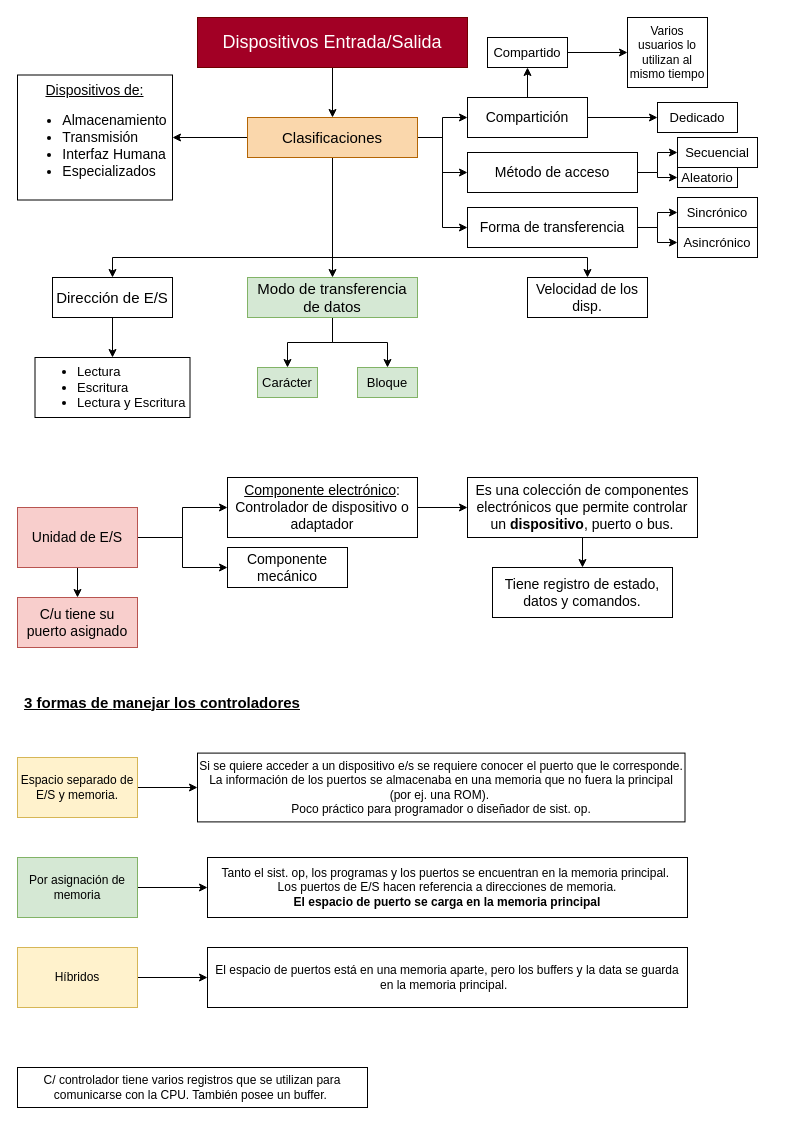
RMSabrina/Apuntes-Universitarios keeps this draw.io diagram as page "Página-1" (1 of 4) of Sistemas Operativos 1/Clase 4 - Sist. op. 1.drawio. Above is the earlier version. Source tidied: cells renumbered, new cells numbered last; positions are measured from the earlier drawing's top-left corner, leaving out a move shared by most shapes. Both pictures are drawn from the tidied source at 100%, with x=0, y=0 at pixel (17, 17).
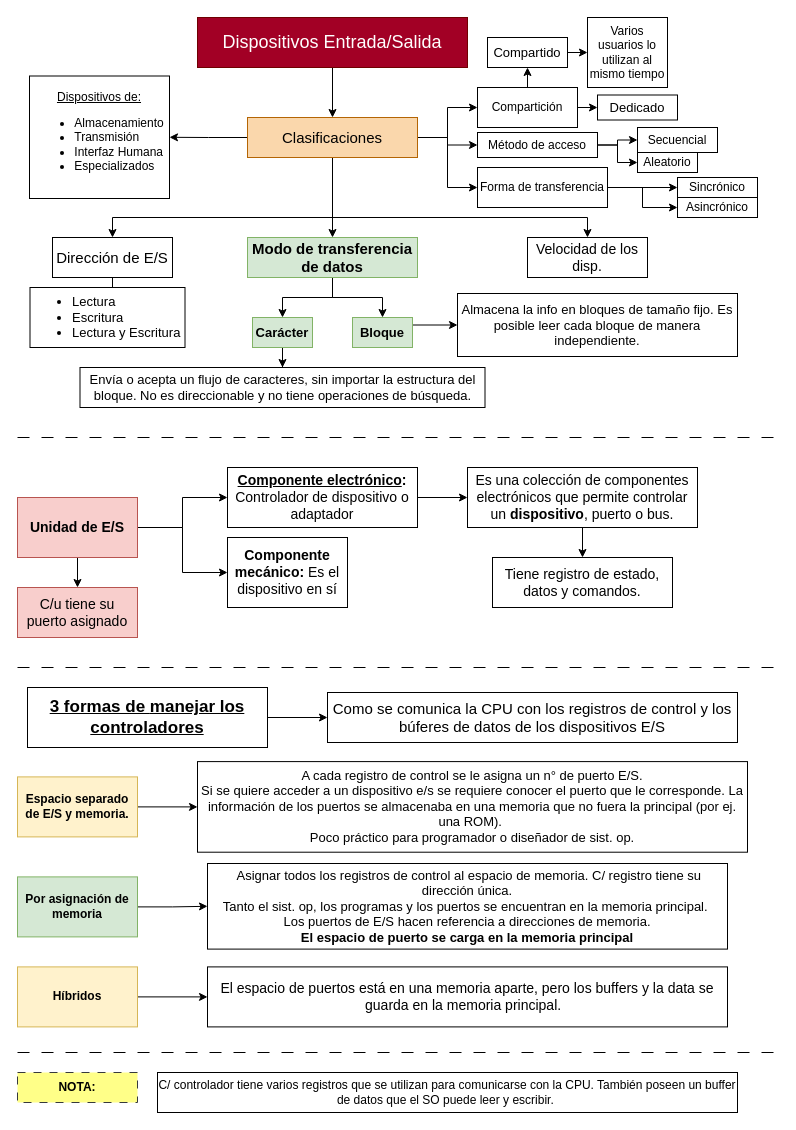
Above is the later version.

Unchanged cells that the change refers to:
```xml
<mxCell id="11" value="&lt;font style=&quot;font-size: 15px;&quot;&gt;Clasificaciones&lt;/font&gt;" style="rounded=0;whiteSpace=wrap;html=1;fillColor=#fad7ac;strokeColor=#b46504;" parent="1" vertex="1">
  <mxGeometry x="230" y="100" width="170" height="40" as="geometry" />
</mxCell>
```

Diff of the diagram source:
```diff
@@
+    <mxCell id="10" style="edgeStyle=orthogonalEdgeStyle;rounded=0;jettySize=auto;html=1;exitX=0.5;exitY=1;exitDx=0;exitDy=0;entryX=0.5;entryY=0;entryDx=0;entryDy=0;" parent="1" edge="1" source="11" target="38">
+      <mxGeometry relative="1" as="geometry">
+        <Array as="points">
+          <mxPoint x="315" y="200" />
+          <mxPoint x="570" y="200" />
+        </Array>
+      </mxGeometry>
+    </mxCell>
     <mxCell id="9" style="edgeStyle=orthogonalEdgeStyle;rounded=0;jettySize=auto;html=1;exitX=0.5;exitY=1;exitDx=0;exitDy=0;entryX=0.5;entryY=0;entryDx=0;entryDy=0;" parent="1" edge="1" source="11" target="36">
       <mxGeometry relative="1" as="geometry">
         <Array as="points">
-          <mxPoint x="315" y="240" />
-          <mxPoint x="95" y="240" />
+          <mxPoint x="315" y="200" />
+          <mxPoint x="95" y="200" />
         </Array>
       </mxGeometry>
     </mxCell>
-    <mxCell id="10" style="edgeStyle=orthogonalEdgeStyle;rounded=0;jettySize=auto;html=1;exitX=0.5;exitY=1;exitDx=0;exitDy=0;entryX=0.5;entryY=0;entryDx=0;entryDy=0;" parent="1" edge="1" source="11" target="38">
-      <mxGeometry relative="1" as="geometry">
-        <Array as="points">
-          <mxPoint x="315" y="240" />
-          <mxPoint x="570" y="240" />
-        </Array>
-      </mxGeometry>
-    </mxCell>
@@
-    <mxCell id="14" value="&lt;font style=&quot;font-size: 15px;&quot;&gt;Modo de transferencia de datos&lt;/font&gt;" style="rounded=0;whiteSpace=wrap;html=1;fillColor=#d5e8d4;strokeColor=#82b366;" parent="1" vertex="1">
-      <mxGeometry x="230" y="260" width="170" height="40" as="geometry" />
+    <mxCell id="14" value="&lt;font style=&quot;font-size: 15px;&quot;&gt;&lt;b&gt;Modo de transferencia de datos&lt;/b&gt;&lt;/font&gt;" style="rounded=0;whiteSpace=wrap;html=1;fillColor=#d5e8d4;strokeColor=#82b366;" parent="1" vertex="1">
+      <mxGeometry x="230" y="220" width="170" height="40" as="geometry" />
     </mxCell>
+    <mxCell id="62" style="edgeStyle=orthogonalEdgeStyle;rounded=0;jettySize=auto;html=1;exitX=0.5;exitY=1;exitDx=0;exitDy=0;" parent="1" edge="1" source="15" target="66">
+      <mxGeometry relative="1" as="geometry" />
+    </mxCell>
-    <mxCell id="15" value="&lt;font style=&quot;font-size: 13px;&quot;&gt;Carácter&lt;/font&gt;" style="rounded=0;whiteSpace=wrap;html=1;fillColor=#d5e8d4;strokeColor=#82b366;" parent="1" vertex="1">
-      <mxGeometry x="240" y="350" width="60" height="30" as="geometry" />
+    <mxCell id="15" value="&lt;font style=&quot;font-size: 13px;&quot;&gt;&lt;b&gt;Carácter&lt;/b&gt;&lt;/font&gt;" style="rounded=0;whiteSpace=wrap;html=1;fillColor=#d5e8d4;strokeColor=#82b366;" parent="1" vertex="1">
+      <mxGeometry x="235" y="300" width="60" height="30" as="geometry" />
     </mxCell>
+    <mxCell id="63" style="edgeStyle=orthogonalEdgeStyle;rounded=0;jettySize=auto;html=1;exitX=1;exitY=0.25;exitDx=0;exitDy=0;" parent="1" edge="1" source="16" target="65">
+      <mxGeometry relative="1" as="geometry" />
+    </mxCell>
-    <mxCell id="16" value="&lt;font style=&quot;font-size: 13px;&quot;&gt;Bloque&lt;/font&gt;" style="rounded=0;whiteSpace=wrap;html=1;fillColor=#d5e8d4;strokeColor=#82b366;" parent="1" vertex="1">
-      <mxGeometry x="340" y="350" width="60" height="30" as="geometry" />
+    <mxCell id="16" value="&lt;font style=&quot;font-size: 13px;&quot;&gt;&lt;b&gt;Bloque&lt;/b&gt;&lt;/font&gt;" style="rounded=0;whiteSpace=wrap;html=1;fillColor=#d5e8d4;strokeColor=#82b366;" parent="1" vertex="1">
+      <mxGeometry x="335" y="300" width="60" height="30" as="geometry" />
     </mxCell>
@@
-    <mxCell id="19" value="&lt;font style=&quot;font-size: 14px;&quot;&gt;Método de acceso&lt;/font&gt;" style="rounded=0;whiteSpace=wrap;html=1;" parent="1" vertex="1">
-      <mxGeometry x="450" y="135" width="170" height="40" as="geometry" />
+    <mxCell id="19" value="&lt;font style=&quot;font-size: 12px;&quot;&gt;Método de acceso&lt;/font&gt;" style="rounded=0;whiteSpace=wrap;html=1;" parent="1" vertex="1">
+      <mxGeometry x="460" y="115" width="120" height="25" as="geometry" />
     </mxCell>
-    <mxCell id="20" value="&lt;font style=&quot;font-size: 13px;&quot;&gt;Secuencial&lt;/font&gt;" style="rounded=0;whiteSpace=wrap;html=1;" parent="1" vertex="1">
-      <mxGeometry x="660" y="120" width="80" height="30" as="geometry" />
+    <mxCell id="20" value="&lt;font style=&quot;font-size: 12px;&quot;&gt;Secuencial&lt;/font&gt;" style="rounded=0;whiteSpace=wrap;html=1;" parent="1" vertex="1">
+      <mxGeometry x="620" y="110" width="80" height="25" as="geometry" />
     </mxCell>
-    <mxCell id="21" value="&lt;font style=&quot;font-size: 13px;&quot;&gt;Aleatorio&lt;/font&gt;" style="rounded=0;whiteSpace=wrap;html=1;" parent="1" vertex="1">
-      <mxGeometry x="660" y="150" width="60" height="20" as="geometry" />
+    <mxCell id="21" value="&lt;font style=&quot;font-size: 12px;&quot;&gt;Aleatorio&lt;/font&gt;" style="rounded=0;whiteSpace=wrap;html=1;" parent="1" vertex="1">
+      <mxGeometry x="620" y="135" width="60" height="20" as="geometry" />
     </mxCell>
@@
-    <mxCell id="24" value="&lt;font style=&quot;font-size: 14px;&quot;&gt;Forma de transferencia&lt;/font&gt;" style="rounded=0;whiteSpace=wrap;html=1;" parent="1" vertex="1">
-      <mxGeometry x="450" y="190" width="170" height="40" as="geometry" />
+    <mxCell id="24" value="&lt;font style=&quot;font-size: 12px;&quot;&gt;Forma de transferencia&lt;/font&gt;" style="rounded=0;whiteSpace=wrap;html=1;" parent="1" vertex="1">
+      <mxGeometry x="460" y="150" width="130" height="40" as="geometry" />
     </mxCell>
-    <mxCell id="25" value="&lt;font style=&quot;font-size: 13px;&quot;&gt;Sincrónico&lt;/font&gt;" style="rounded=0;whiteSpace=wrap;html=1;" parent="1" vertex="1">
-      <mxGeometry x="660" y="180" width="80" height="30" as="geometry" />
+    <mxCell id="25" value="&lt;font style=&quot;font-size: 12px;&quot;&gt;Sincrónico&lt;/font&gt;" style="rounded=0;whiteSpace=wrap;html=1;" parent="1" vertex="1">
+      <mxGeometry x="660" y="160" width="80" height="20" as="geometry" />
     </mxCell>
-    <mxCell id="26" value="&lt;font style=&quot;font-size: 13px;&quot;&gt;Asincrónico&lt;/font&gt;" style="rounded=0;whiteSpace=wrap;html=1;" parent="1" vertex="1">
-      <mxGeometry x="660" y="210" width="80" height="30" as="geometry" />
+    <mxCell id="26" value="&lt;font style=&quot;font-size: 12px;&quot;&gt;Asincrónico&lt;/font&gt;" style="rounded=0;whiteSpace=wrap;html=1;" parent="1" vertex="1">
+      <mxGeometry x="660" y="180" width="80" height="20" as="geometry" />
     </mxCell>
@@
-    <mxCell id="29" value="&lt;font style=&quot;font-size: 14px;&quot;&gt;Compartición&lt;/font&gt;" style="rounded=0;whiteSpace=wrap;html=1;" parent="1" vertex="1">
-      <mxGeometry x="450" y="80" width="120" height="40" as="geometry" />
+    <mxCell id="29" value="&lt;font style=&quot;font-size: 12px;&quot;&gt;Compartición&lt;/font&gt;" style="rounded=0;whiteSpace=wrap;html=1;" parent="1" vertex="1">
+      <mxGeometry x="460" y="70" width="100" height="40" as="geometry" />
     </mxCell>
     <mxCell id="30" value="&lt;font style=&quot;font-size: 13px;&quot;&gt;Dedicado&lt;/font&gt;" style="rounded=0;whiteSpace=wrap;html=1;" parent="1" vertex="1">
-      <mxGeometry x="640" y="85" width="80" height="30" as="geometry" />
+      <mxGeometry x="580" y="77.5" width="80" height="25" as="geometry" />
     </mxCell>
@@
     <mxCell id="33" value="&lt;font style=&quot;font-size: 12px;&quot;&gt;Varios usuarios lo utilizan al mismo tiempo&lt;/font&gt;" style="rounded=0;whiteSpace=wrap;html=1;" parent="1" vertex="1">
-      <mxGeometry x="610" width="80" height="70" as="geometry" />
+      <mxGeometry x="570" width="80" height="70" as="geometry" />
     </mxCell>
-    <mxCell id="34" value="&lt;div style=&quot;font-size: 14px;&quot;&gt;&lt;u style=&quot;&quot;&gt;&lt;font style=&quot;font-size: 14px;&quot;&gt;Dispositivos de:&lt;/font&gt;&lt;/u&gt;&lt;/div&gt;&lt;ul style=&quot;font-size: 14px;&quot;&gt;&lt;li style=&quot;text-align: left;&quot;&gt;&lt;font style=&quot;font-size: 14px;&quot;&gt;Almacenamiento&lt;/font&gt;&lt;/li&gt;&lt;li style=&quot;text-align: left;&quot;&gt;&lt;font style=&quot;font-size: 14px;&quot;&gt;Transmisión&amp;nbsp;&lt;/font&gt;&lt;/li&gt;&lt;li style=&quot;text-align: left;&quot;&gt;&lt;font style=&quot;font-size: 14px;&quot;&gt;Interfaz Humana&lt;/font&gt;&lt;/li&gt;&lt;li style=&quot;text-align: left;&quot;&gt;&lt;font style=&quot;font-size: 14px;&quot;&gt;Especializados&lt;/font&gt;&lt;/li&gt;&lt;/ul&gt;" style="rounded=0;whiteSpace=wrap;html=1;" parent="1" vertex="1">
-      <mxGeometry y="57.5" width="155" height="125" as="geometry" />
+    <mxCell id="34" value="&lt;div style=&quot;&quot;&gt;&lt;u style=&quot;&quot;&gt;&lt;font style=&quot;font-size: 12px;&quot;&gt;Dispositivos de:&lt;/font&gt;&lt;/u&gt;&lt;/div&gt;&lt;ul style=&quot;&quot;&gt;&lt;li style=&quot;text-align: left;&quot;&gt;&lt;font style=&quot;font-size: 12px;&quot;&gt;Almacenamiento&lt;/font&gt;&lt;/li&gt;&lt;li style=&quot;text-align: left;&quot;&gt;&lt;font style=&quot;font-size: 12px;&quot;&gt;Transmisión&amp;nbsp;&lt;/font&gt;&lt;/li&gt;&lt;li style=&quot;text-align: left;&quot;&gt;&lt;font style=&quot;font-size: 12px;&quot;&gt;Interfaz Humana&lt;/font&gt;&lt;/li&gt;&lt;li style=&quot;text-align: left;&quot;&gt;&lt;font style=&quot;font-size: 12px;&quot;&gt;Especializados&lt;/font&gt;&lt;/li&gt;&lt;/ul&gt;" style="rounded=0;whiteSpace=wrap;html=1;" parent="1" vertex="1">
+      <mxGeometry x="12" y="58.5" width="140" height="122.5" as="geometry" />
     </mxCell>
@@
     <mxCell id="36" value="&lt;font style=&quot;font-size: 15px;&quot;&gt;Dirección de E/S&lt;/font&gt;" style="rounded=0;whiteSpace=wrap;html=1;" parent="1" vertex="1">
-      <mxGeometry x="35" y="260" width="120" height="40" as="geometry" />
+      <mxGeometry x="35" y="220" width="120" height="40" as="geometry" />
     </mxCell>
     <mxCell id="37" value="&lt;ul style=&quot;font-size: 13px;&quot;&gt;&lt;li&gt;&lt;span style=&quot;&quot;&gt;Lectura&lt;/span&gt;&lt;/li&gt;&lt;li&gt;&lt;span style=&quot;&quot;&gt;Escritura&amp;nbsp;&lt;/span&gt;&lt;/li&gt;&lt;li&gt;&lt;span style=&quot;&quot;&gt;Lectura y Escritura&lt;/span&gt;&lt;/li&gt;&lt;/ul&gt;" style="rounded=0;whiteSpace=wrap;html=1;align=left;" parent="1" vertex="1">
-      <mxGeometry x="17.5" y="340" width="155" height="60" as="geometry" />
+      <mxGeometry x="12.5" y="270" width="155" height="60" as="geometry" />
     </mxCell>
     <mxCell id="38" value="&lt;font style=&quot;font-size: 14px;&quot;&gt;Velocidad de los disp.&lt;/font&gt;" style="rounded=0;whiteSpace=wrap;html=1;" parent="1" vertex="1">
-      <mxGeometry x="510" y="260" width="120" height="40" as="geometry" />
+      <mxGeometry x="510" y="220" width="120" height="40" as="geometry" />
     </mxCell>
@@
-    <mxCell id="43" value="&lt;font style=&quot;font-size: 14px;&quot;&gt;Unidad de E/S&lt;/font&gt;" style="rounded=0;whiteSpace=wrap;html=1;fillColor=#f8cecc;strokeColor=#b85450;" parent="1" vertex="1">
-      <mxGeometry y="490" width="120" height="60" as="geometry" />
+    <mxCell id="43" value="&lt;font style=&quot;font-size: 14px;&quot;&gt;&lt;b&gt;Unidad de E/S&lt;/b&gt;&lt;/font&gt;" style="rounded=0;whiteSpace=wrap;html=1;fillColor=#f8cecc;strokeColor=#b85450;" parent="1" vertex="1">
+      <mxGeometry y="480" width="120" height="60" as="geometry" />
     </mxCell>
@@
-    <mxCell id="45" value="&lt;font style=&quot;font-size: 14px;&quot;&gt;&lt;u&gt;Componente electrónico&lt;/u&gt;: Controlador de dispositivo o adaptador&lt;/font&gt;" style="rounded=0;whiteSpace=wrap;html=1;" parent="1" vertex="1">
-      <mxGeometry x="210" y="460" width="190" height="60" as="geometry" />
+    <mxCell id="45" value="&lt;font style=&quot;font-size: 14px;&quot;&gt;&lt;b&gt;&lt;u&gt;Componente electrónico&lt;/u&gt;:&lt;/b&gt; Controlador de dispositivo o adaptador&lt;/font&gt;" style="rounded=0;whiteSpace=wrap;html=1;" parent="1" vertex="1">
+      <mxGeometry x="210" y="450" width="190" height="60" as="geometry" />
     </mxCell>
-    <mxCell id="46" value="&lt;font style=&quot;font-size: 14px;&quot;&gt;Componente mecánico&lt;/font&gt;" style="rounded=0;whiteSpace=wrap;html=1;" parent="1" vertex="1">
-      <mxGeometry x="210" y="530" width="120" height="40" as="geometry" />
+    <mxCell id="46" value="&lt;font style=&quot;font-size: 14px;&quot;&gt;&lt;b&gt;Componente mecánico:&lt;/b&gt; Es el dispositivo en sí&lt;/font&gt;" style="rounded=0;whiteSpace=wrap;html=1;" parent="1" vertex="1">
+      <mxGeometry x="210" y="520" width="120" height="70" as="geometry" />
     </mxCell>
@@
     <mxCell id="48" value="&lt;span style=&quot;font-size: 14px;&quot;&gt;Es una colección de componentes electrónicos que permite controlar un &lt;b&gt;dispositivo&lt;/b&gt;, puerto o bus.&lt;/span&gt;" style="rounded=0;whiteSpace=wrap;html=1;" parent="1" vertex="1">
-      <mxGeometry x="450" y="460" width="230" height="60" as="geometry" />
+      <mxGeometry x="450" y="450" width="230" height="60" as="geometry" />
     </mxCell>
     <mxCell id="49" value="&lt;span style=&quot;font-size: 14px;&quot;&gt;Tiene registro de estado, datos y comandos.&lt;/span&gt;" style="rounded=0;whiteSpace=wrap;html=1;" parent="1" vertex="1">
-      <mxGeometry x="475" y="550" width="180" height="50" as="geometry" />
+      <mxGeometry x="475" y="540" width="180" height="50" as="geometry" />
     </mxCell>
+    <mxCell id="64" style="edgeStyle=orthogonalEdgeStyle;rounded=0;jettySize=auto;html=1;exitX=1;exitY=0.5;exitDx=0;exitDy=0;" parent="1" edge="1" source="50" target="67">
+      <mxGeometry relative="1" as="geometry" />
+    </mxCell>
-    <mxCell id="50" value="3 formas de &lt;font style=&quot;font-size: 15px;&quot;&gt;manejar los controladores&lt;/font&gt;" style="text;html=1;strokeColor=none;fillColor=none;align=center;verticalAlign=middle;whiteSpace=wrap;rounded=0;fontSize=15;fontStyle=5;" parent="1" vertex="1">
-      <mxGeometry y="670" width="290" height="30" as="geometry" />
+    <mxCell id="50" value="3 formas de &lt;font style=&quot;font-size: 17px;&quot;&gt;manejar los controladores&lt;/font&gt;" style="text;html=1;strokeColor=default;fillColor=none;align=center;verticalAlign=middle;whiteSpace=wrap;rounded=0;fontSize=17;fontStyle=5;" parent="1" vertex="1">
+      <mxGeometry x="10" y="670" width="240" height="60" as="geometry" />
     </mxCell>
     <mxCell id="51" value="&lt;font style=&quot;font-size: 14px;&quot;&gt;C/u tiene su puerto asignado&lt;/font&gt;" style="rounded=0;whiteSpace=wrap;html=1;fillColor=#f8cecc;strokeColor=#b85450;" parent="1" vertex="1">
-      <mxGeometry y="580" width="120" height="50" as="geometry" />
+      <mxGeometry y="570" width="120" height="50" as="geometry" />
     </mxCell>
@@
-    <mxCell id="53" value="Por asignación de memoria" style="rounded=0;whiteSpace=wrap;html=1;fillColor=#d5e8d4;strokeColor=#82b366;" parent="1" vertex="1">
-      <mxGeometry y="840" width="120" height="60" as="geometry" />
+    <mxCell id="53" value="Por asignación de memoria" style="rounded=0;whiteSpace=wrap;html=1;fillColor=#d5e8d4;strokeColor=#82b366;fontStyle=1;" parent="1" vertex="1">
+      <mxGeometry y="859.4" width="120" height="60" as="geometry" />
     </mxCell>
@@
-    <mxCell id="55" value="Espacio separado de E/S y memoria." style="rounded=0;whiteSpace=wrap;html=1;fillColor=#fff2cc;strokeColor=#d6b656;" parent="1" vertex="1">
-      <mxGeometry y="740" width="120" height="60" as="geometry" />
+    <mxCell id="55" value="Espacio separado de E/S y memoria." style="rounded=0;whiteSpace=wrap;html=1;fillColor=#fff2cc;strokeColor=#d6b656;fontStyle=1;" parent="1" vertex="1">
+      <mxGeometry y="759.4" width="120" height="60" as="geometry" />
     </mxCell>
@@
-    <mxCell id="57" value="Híbridos" style="rounded=0;whiteSpace=wrap;html=1;fillColor=#fff2cc;strokeColor=#d6b656;" parent="1" vertex="1">
-      <mxGeometry y="930" width="120" height="60" as="geometry" />
+    <mxCell id="57" value="Híbridos" style="rounded=0;whiteSpace=wrap;html=1;fillColor=#fff2cc;strokeColor=#d6b656;fontStyle=1;" parent="1" vertex="1">
+      <mxGeometry y="949.4" width="120" height="60" as="geometry" />
     </mxCell>
-    <mxCell id="58" value="Si se quiere acceder a un dispositivo e/s se requiere conocer el puerto que le corresponde. La información de los puertos se almacenaba en una memoria que no fuera la principal (por ej. una ROM).&amp;nbsp;&lt;br&gt;Poco práctico para programador o diseñador de sist. op." style="text;html=1;align=center;verticalAlign=middle;whiteSpace=wrap;rounded=0;strokeColor=default;" parent="1" vertex="1">
-      <mxGeometry x="180" y="735.6" width="487.5" height="68.8" as="geometry" />
+    <mxCell id="58" value="A cada registro de control se le asigna un n° de puerto E/S.&lt;br&gt;Si se quiere acceder a un dispositivo e/s se requiere conocer el puerto que le corresponde. La información de los puertos se almacenaba en una memoria que no fuera la principal (por ej. una ROM).&amp;nbsp;&lt;br style=&quot;font-size: 13px;&quot;&gt;Poco práctico para programador o diseñador de sist. op." style="text;html=1;align=center;verticalAlign=middle;whiteSpace=wrap;rounded=0;strokeColor=default;fontSize=13;" parent="1" vertex="1">
+      <mxGeometry x="180" y="744.1" width="550" height="90.6" as="geometry" />
     </mxCell>
-    <mxCell id="59" value="C/ controlador tiene varios registros que se utilizan para comunicarse con la CPU. También posee un buffer.&amp;nbsp;" style="text;html=1;align=center;verticalAlign=middle;whiteSpace=wrap;rounded=0;strokeColor=default;" parent="1" vertex="1">
-      <mxGeometry y="1050" width="350" height="40" as="geometry" />
+    <mxCell id="59" value="C/ controlador tiene varios registros que se utilizan para comunicarse con la CPU. También poseen un buffer de datos que el SO puede leer y escribir.&amp;nbsp;" style="text;html=1;align=center;verticalAlign=middle;whiteSpace=wrap;rounded=0;strokeColor=default;" parent="1" vertex="1">
+      <mxGeometry x="140" y="1055" width="580" height="40" as="geometry" />
     </mxCell>
-    <mxCell id="60" value="Tanto el sist. op, los programas y los puertos se encuentran en la memoria principal.&amp;nbsp;&lt;br&gt;Los puertos de E/S hacen referencia a direcciones de memoria.&lt;br&gt;&lt;b&gt;El espacio de puerto se carga en la memoria principal&lt;/b&gt;" style="rounded=0;whiteSpace=wrap;html=1;" parent="1" vertex="1">
-      <mxGeometry x="190" y="840" width="480" height="60" as="geometry" />
+    <mxCell id="60" value="&amp;nbsp;Asignar todos los registros de control al espacio de memoria. C/ registro tiene su dirección única.&lt;br&gt;Tanto el sist. op, los programas y los puertos se encuentran en la memoria principal.&amp;nbsp;&lt;br style=&quot;font-size: 13px;&quot;&gt;Los puertos de E/S hacen referencia a direcciones de memoria.&lt;br style=&quot;font-size: 13px;&quot;&gt;&lt;b style=&quot;font-size: 13px;&quot;&gt;El espacio de puerto se carga en la memoria principal&lt;/b&gt;" style="rounded=0;whiteSpace=wrap;html=1;fontSize=13;" parent="1" vertex="1">
+      <mxGeometry x="190" y="846" width="520" height="85.6" as="geometry" />
     </mxCell>
-    <mxCell id="61" value="El espacio de puertos está en una memoria aparte, pero los buffers y la data se guarda en la memoria principal.&amp;nbsp;&amp;nbsp;" style="rounded=0;whiteSpace=wrap;html=1;" parent="1" vertex="1">
-      <mxGeometry x="190" y="930" width="480" height="60" as="geometry" />
+    <mxCell id="61" value="El espacio de puertos está en una memoria aparte, pero los buffers y la data se guarda en la memoria principal.&amp;nbsp;&amp;nbsp;" style="rounded=0;whiteSpace=wrap;html=1;fontSize=14;" parent="1" vertex="1">
+      <mxGeometry x="190" y="949.4" width="520" height="60" as="geometry" />
     </mxCell>
+    <mxCell id="65" value="&lt;font style=&quot;font-size: 13px;&quot;&gt;Almacena la info en bloques de tamaño fijo. Es posible leer cada bloque de manera independiente.&lt;/font&gt;" style="rounded=0;whiteSpace=wrap;html=1;" parent="1" vertex="1">
+      <mxGeometry x="440" y="276" width="280" height="63" as="geometry" />
+    </mxCell>
+    <mxCell id="66" value="&lt;font style=&quot;font-size: 13px;&quot;&gt;Envía o acepta un flujo de caracteres, sin importar la estructura del bloque. No es direccionable y no tiene operaciones de búsqueda.&lt;/font&gt;" style="rounded=0;whiteSpace=wrap;html=1;" parent="1" vertex="1">
+      <mxGeometry x="62.5" y="350" width="405" height="40" as="geometry" />
+    </mxCell>
+    <mxCell id="67" value="Como se comunica la CPU con los registros de control y los búferes de datos de los dispositivos E/S" style="text;html=1;align=center;verticalAlign=middle;whiteSpace=wrap;rounded=0;fontSize=15;fontStyle=0;strokeColor=default;" parent="1" vertex="1">
+      <mxGeometry x="310" y="675" width="410" height="50" as="geometry" />
+    </mxCell>
+    <mxCell id="68" value="NOTA:" style="rounded=0;whiteSpace=wrap;html=1;fillColor=#ffff88;strokeColor=#36393d;dashed=1;dashPattern=8 8;fontStyle=1;" parent="1" vertex="1">
+      <mxGeometry y="1055" width="120" height="30" as="geometry" />
+    </mxCell>
+    <mxCell id="69" style="endArrow=none;html=1;rounded=0;dashed=1;dashPattern=12 12;" parent="1" edge="1">
+      <mxGeometry relative="1" as="geometry">
+        <mxPoint y="1035" as="sourcePoint" />
+        <mxPoint x="760" y="1035" as="targetPoint" />
+      </mxGeometry>
+    </mxCell>
+    <mxCell id="70" style="endArrow=none;html=1;rounded=0;dashed=1;dashPattern=12 12;" parent="1" edge="1">
+      <mxGeometry relative="1" as="geometry">
+        <mxPoint y="650" as="sourcePoint" />
+        <mxPoint x="760" y="650" as="targetPoint" />
+      </mxGeometry>
+    </mxCell>
+    <mxCell id="71" style="endArrow=none;html=1;rounded=0;dashed=1;dashPattern=12 12;" parent="1" edge="1">
+      <mxGeometry relative="1" as="geometry">
+        <mxPoint y="420" as="sourcePoint" />
+        <mxPoint x="760" y="420" as="targetPoint" />
+      </mxGeometry>
+    </mxCell>
```
